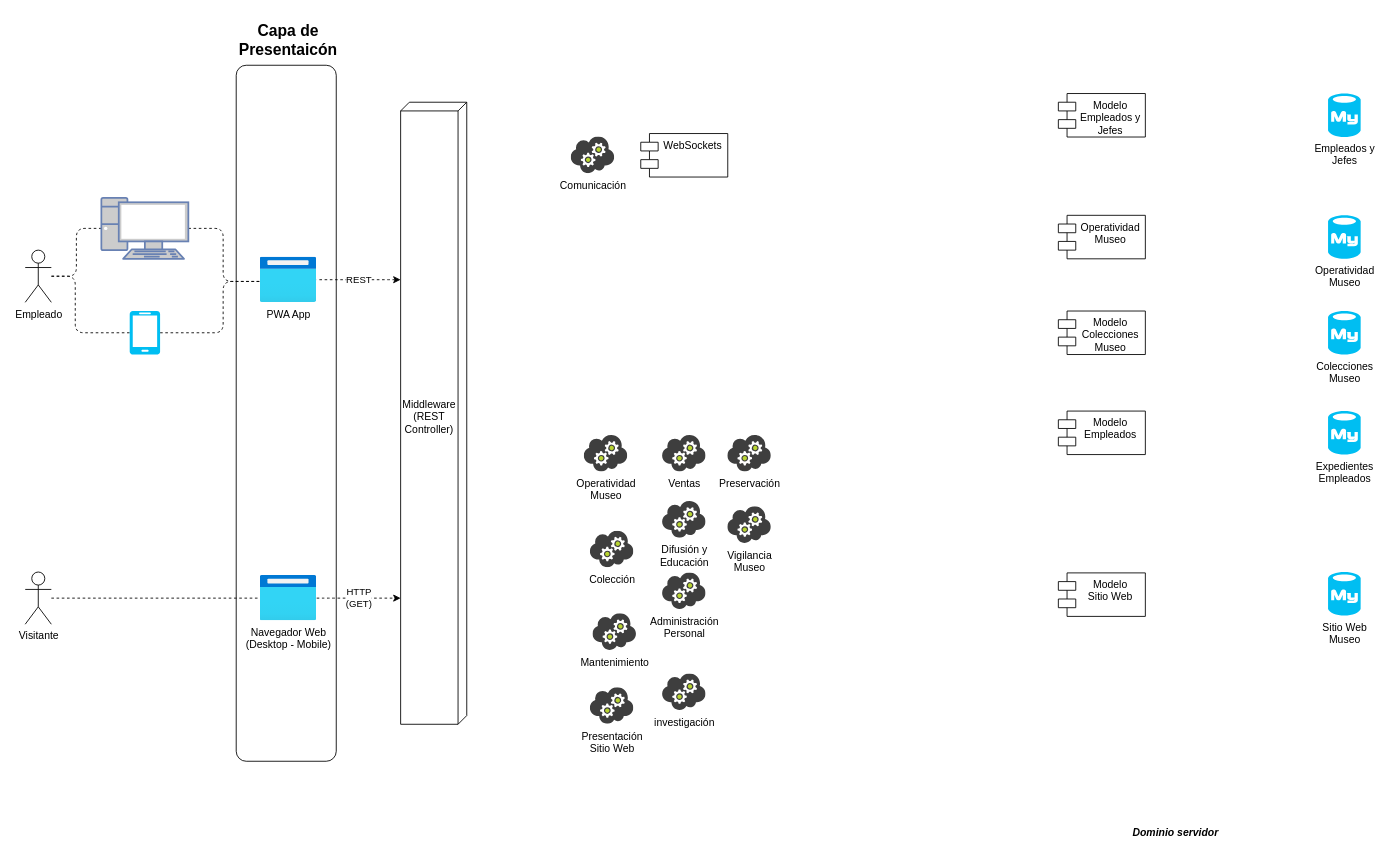
This is page "Arquitectura" (7 of 7) of Docs/Raw Diagrams/fillgaps (3).drawio from Maskla-Dev/FillGaps, a draw.io file, before an edit. Source tidied: cells renumbered, new cells numbered last; positions are measured from the earlier drawing's top-left corner, leaving out a move shared by most shapes. Both pictures are drawn from the tidied source at 87%, with x=0, y=0 at pixel (24, 15).
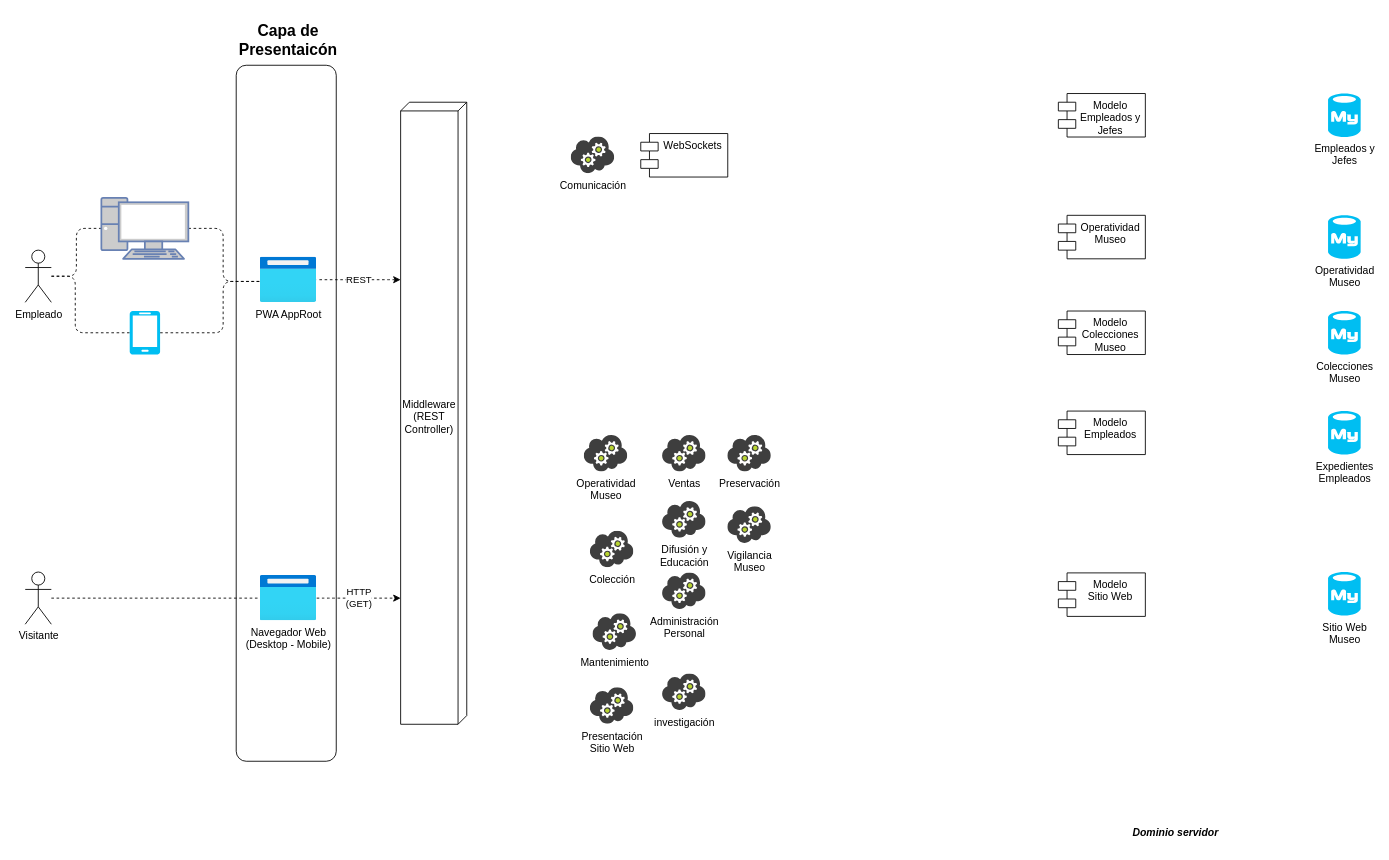
The same page after the edit.

What changed in the source:
```diff
@@
-    <mxCell id="14" value="PWA App" style="image;html=1;points=[];align=center;fontSize=12;image=img/lib/azure2/general/Browser.svg;" parent="1" vertex="1">
+    <mxCell id="14" value="PWA AppRoot" style="image;html=1;points=[];align=center;fontSize=12;image=img/lib/azure2/general/Browser.svg;" parent="1" vertex="1">
       <mxGeometry x="270.5" y="278" width="65" height="52" as="geometry" />
     </mxCell>
```
